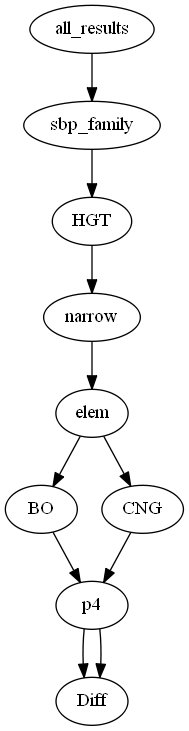
Earlier version of the Graphviz export visual/all_results_1d.dot.png (zolargwrk/PySBP). Its source is kept beside it as visual/all_results_1d.dot.
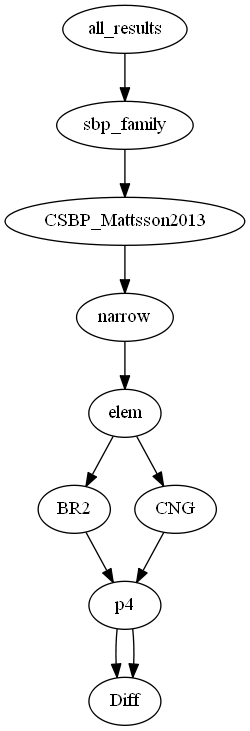
After the commit.

What changed in the source:
```diff
@@ -1,22 +1,22 @@
 digraph tree {
     "all_results";
     "sbp_family";
-    "HGT";
+    "CSBP_Mattsson2013";
     "narrow";
     "elem";
-    "BO";
+    "BR2";
     "p4";
     "Diff";
     "CNG";
     "p4";
     "Diff";
     "all_results" -> "sbp_family";
-    "sbp_family" -> "HGT";
-    "HGT" -> "narrow";
+    "sbp_family" -> "CSBP_Mattsson2013";
+    "CSBP_Mattsson2013" -> "narrow";
     "narrow" -> "elem";
-    "elem" -> "BO";
+    "elem" -> "BR2";
     "elem" -> "CNG";
-    "BO" -> "p4";
+    "BR2" -> "p4";
     "p4" -> "Diff";
     "CNG" -> "p4";
     "p4" -> "Diff";
```
